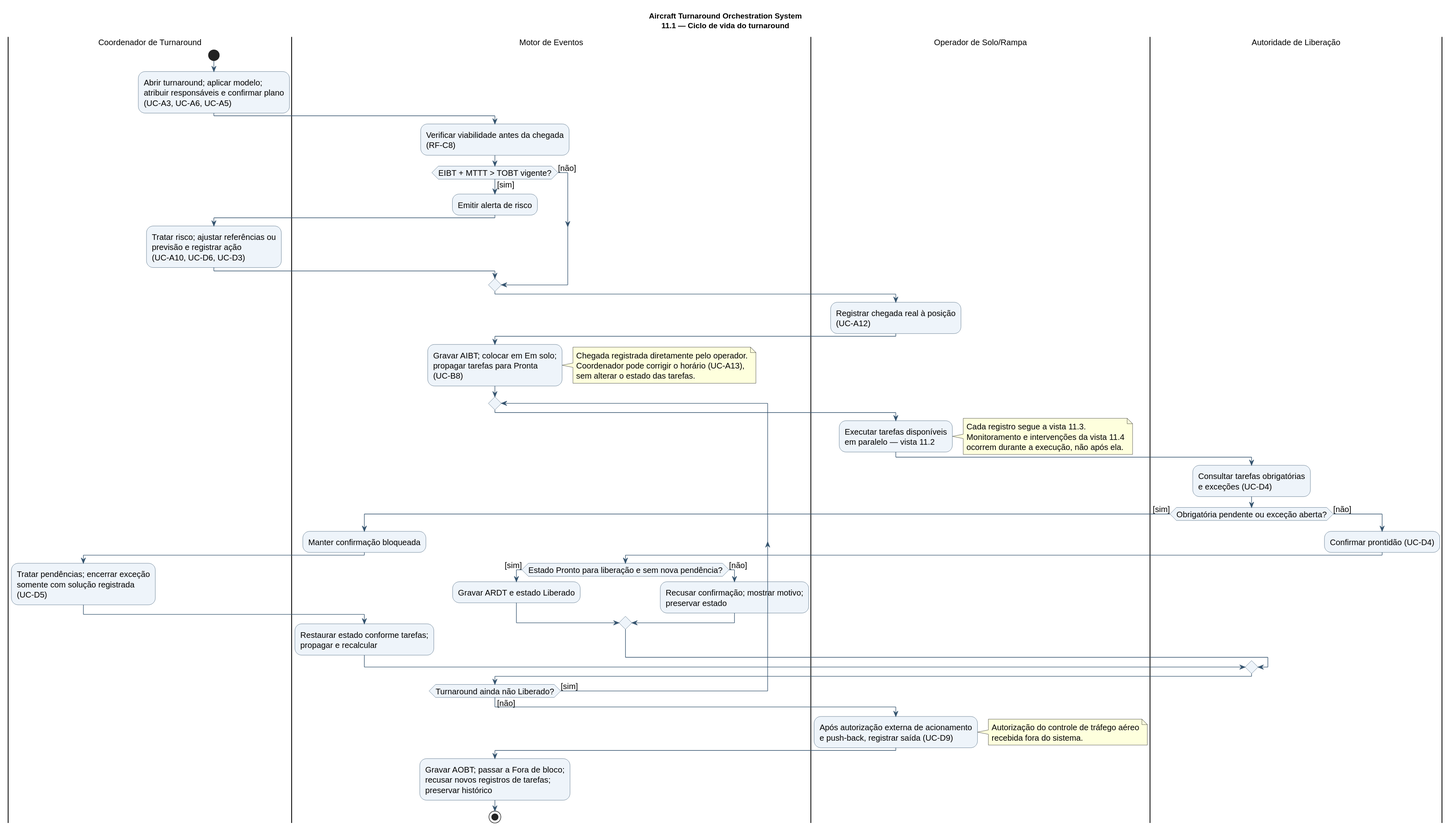
Before: especificacao/diagramas/11-atividades.svg, a diagram exported from PlantUML (Aircraft-Turnaround-Operations-Manager/aircraft-turnaround-docs).
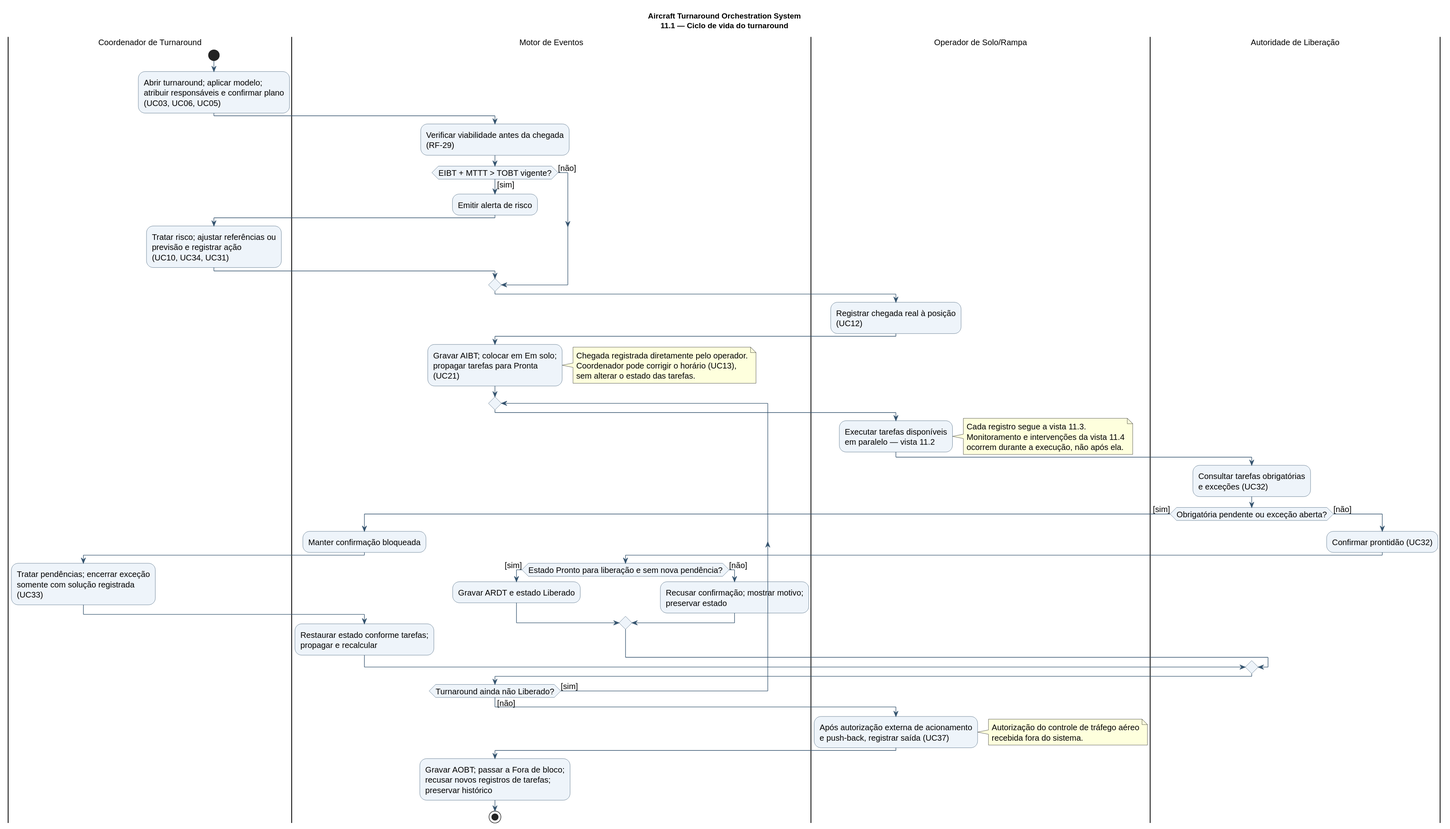
After the commit.

The edit, as a diff of the source:
```diff
@@ -10,22 +10,22 @@
 skinparam ArrowColor #34536E
 |Coordenador de Turnaround|
 start
-:Abrir turnaround; aplicar modelo;\natribuir responsáveis e confirmar plano\n(UC-A3, UC-A6, UC-A5);
+:Abrir turnaround; aplicar modelo;\natribuir responsáveis e confirmar plano\n(UC03, UC06, UC05);
 |Motor de Eventos|
-:Verificar viabilidade antes da chegada\n(RF-C8);
+:Verificar viabilidade antes da chegada\n(RF-29);
 if (EIBT + MTTT > TOBT vigente?) then ([sim])
   :Emitir alerta de risco;
   |Coordenador de Turnaround|
-  :Tratar risco; ajustar referências ou\nprevisão e registrar ação\n(UC-A10, UC-D6, UC-D3);
+  :Tratar risco; ajustar referências ou\nprevisão e registrar ação\n(UC10, UC34, UC31);
 else ([não])
 endif
 |Operador de Solo/Rampa|
-:Registrar chegada real à posição\n(UC-A12);
+:Registrar chegada real à posição\n(UC12);
 |Motor de Eventos|
-:Gravar AIBT; colocar em Em solo;\npropagar tarefas para Pronta\n(UC-B8);
+:Gravar AIBT; colocar em Em solo;\npropagar tarefas para Pronta\n(UC21);
 note right
   Chegada registrada diretamente pelo operador.
-  Coordenador pode corrigir o horário (UC-A13),
+  Coordenador pode corrigir o horário (UC13),
   sem alterar o estado das tarefas.
 end note
 repeat
@@ -37,17 +37,17 @@
     ocorrem durante a execução, não após ela.
   end note
   |Autoridade de Liberação|
-  :Consultar tarefas obrigatórias\ne exceções (UC-D4);
+  :Consultar tarefas obrigatórias\ne exceções (UC32);
   if (Obrigatória pendente ou exceção aberta?) then ([sim])
     |Motor de Eventos|
     :Manter confirmação bloqueada;
     |Coordenador de Turnaround|
-    :Tratar pendências; encerrar exceção\nsomente com solução registrada\n(UC-D5);
+    :Tratar pendências; encerrar exceção\nsomente com solução registrada\n(UC33);
     |Motor de Eventos|
     :Restaurar estado conforme tarefas;\npropagar e recalcular;
   else ([não])
     |Autoridade de Liberação|
-    :Confirmar prontidão (UC-D4);
+    :Confirmar prontidão (UC32);
     |Motor de Eventos|
     if (Estado Pronto para liberação e sem nova pendência?) then ([sim])
       :Gravar ARDT e estado Liberado;
@@ -57,7 +57,7 @@
   endif
 repeat while (Turnaround ainda não Liberado?) is ([sim]) not ([não])
 |Operador de Solo/Rampa|
-:Após autorização externa de acionamento\ne push-back, registrar saída (UC-D9);
+:Após autorização externa de acionamento\ne push-back, registrar saída (UC37);
 note right
   Autorização do controle de tráfego aéreo
   recebida fora do sistema.
```
